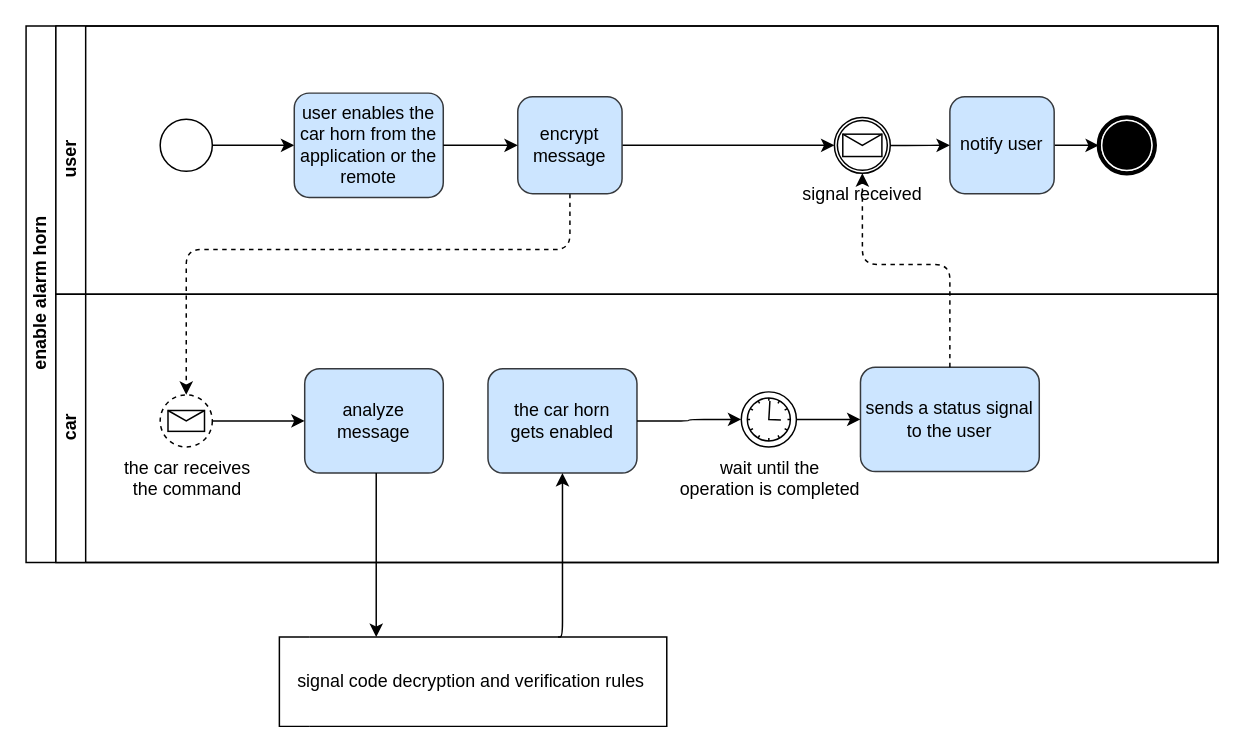
This is page "bpmn-enable-alarm-horn" (3 of 7) of documents/diagrams.drawio from cardianco/cardian, a draw.io file, before an edit. Source tidied: cells renumbered, new cells numbered last; positions are measured from the earlier drawing's top-left corner, leaving out a move shared by most shapes. Both pictures are drawn from the tidied source at 149%, with x=0, y=0 at pixel (25, 25).
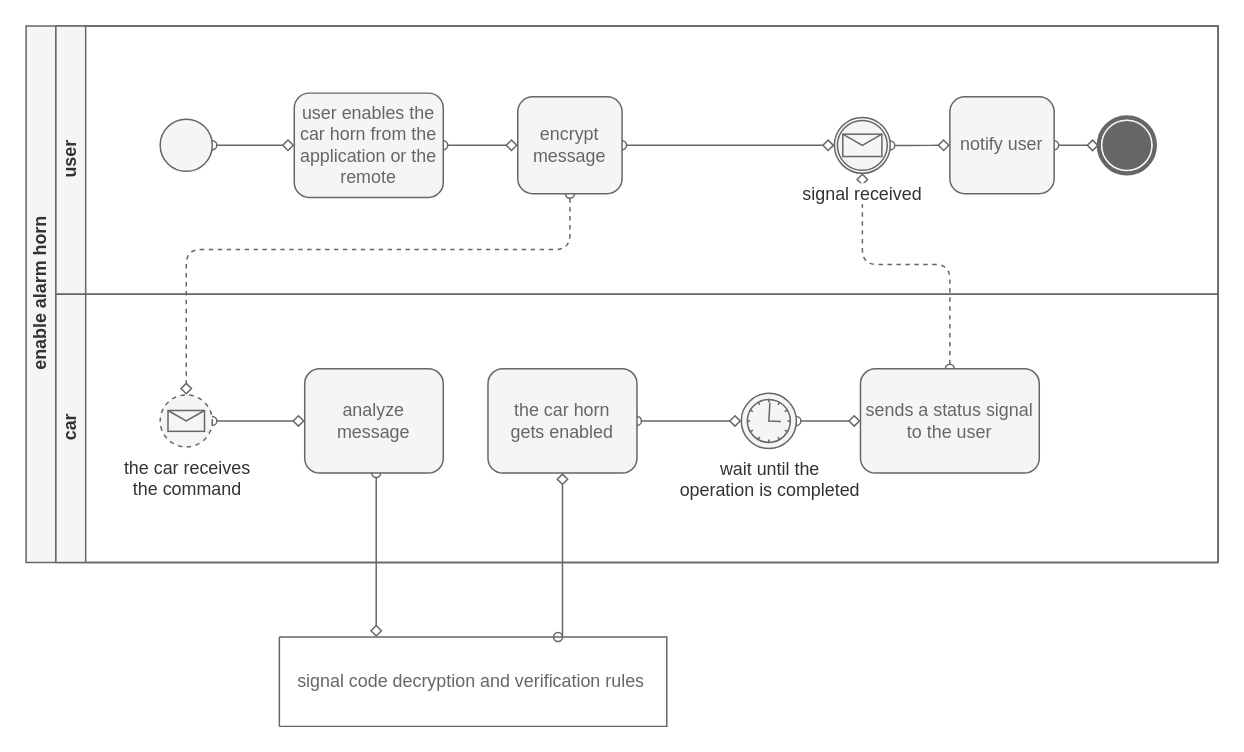
The same diagram, later.

What changed in the source:
```diff
@@
+    <mxCell id="13" style="edgeStyle=orthogonalEdgeStyle;rounded=1;jettySize=auto;html=1;exitX=1;exitY=0.5;exitDx=0;exitDy=0;exitPerimeter=0;fontSize=11;fillColor=#f5f5f5;strokeColor=#666;fontColor=default;endArrow=diamond;endFill=0;startArrow=oval;startFill=0;" parent="1" edge="1" source="24" target="15">
+      <mxGeometry relative="1" as="geometry" />
+    </mxCell>
+    <mxCell id="14" style="edgeStyle=orthogonalEdgeStyle;rounded=1;jettySize=auto;html=1;dashed=1;entryX=0.5;entryY=0;entryDx=0;entryDy=0;entryPerimeter=0;exitX=0.5;exitY=1;exitDx=0;exitDy=0;exitPerimeter=0;fontSize=11;fillColor=#f5f5f5;strokeColor=#666;fontColor=default;endArrow=diamond;endFill=0;startArrow=oval;startFill=0;" parent="1" edge="1" source="17" target="5">
+      <mxGeometry relative="1" as="geometry">
+        <Array as="points">
+          <mxPoint x="365" y="150" />
+          <mxPoint x="108" y="150" />
+        </Array>
+      </mxGeometry>
+    </mxCell>
+    <mxCell id="16" style="edgeStyle=orthogonalEdgeStyle;rounded=1;jettySize=auto;html=1;entryX=0;entryY=0.5;entryDx=0;entryDy=0;entryPerimeter=0;fontSize=11;fillColor=#f5f5f5;strokeColor=#666;fontColor=default;endArrow=diamond;endFill=0;startArrow=oval;startFill=0;" parent="1" edge="1" source="17" target="19">
+      <mxGeometry relative="1" as="geometry" />
+    </mxCell>
+    <mxCell id="18" style="edgeStyle=orthogonalEdgeStyle;rounded=1;jettySize=auto;html=1;entryX=0;entryY=0.5;entryDx=0;entryDy=0;entryPerimeter=0;fontSize=11;fillColor=#f5f5f5;strokeColor=#666;fontColor=default;endArrow=diamond;endFill=0;startArrow=oval;startFill=0;" parent="1" edge="1" source="15" target="17">
+      <mxGeometry relative="1" as="geometry" />
+    </mxCell>
+    <mxCell id="20" style="edgeStyle=orthogonalEdgeStyle;rounded=1;jettySize=auto;html=1;fontSize=11;fillColor=#f5f5f5;strokeColor=#666;fontColor=default;endArrow=diamond;endFill=0;startArrow=oval;startFill=0;" parent="1" edge="1" source="21" target="23">
+      <mxGeometry relative="1" as="geometry" />
+    </mxCell>
+    <mxCell id="22" style="edgeStyle=orthogonalEdgeStyle;rounded=1;jettySize=auto;html=1;entryX=0;entryY=0.5;entryDx=0;entryDy=0;entryPerimeter=0;fontSize=11;fillColor=#f5f5f5;strokeColor=#666;fontColor=default;endArrow=diamond;endFill=0;startArrow=oval;startFill=0;" parent="1" edge="1" source="19" target="21">
+      <mxGeometry relative="1" as="geometry" />
+    </mxCell>
+    <mxCell id="25" style="edgeStyle=orthogonalEdgeStyle;rounded=1;jettySize=auto;html=1;entryX=0.5;entryY=1;entryDx=0;entryDy=0;entryPerimeter=0;fontSize=11;fillColor=#f5f5f5;strokeColor=#666;fontColor=default;endArrow=diamond;endFill=0;startArrow=oval;startFill=0;" parent="1" edge="1" target="6">
+      <mxGeometry relative="1" as="geometry">
+        <mxPoint x="357" y="410" as="sourcePoint" />
+        <Array as="points">
+          <mxPoint x="360" y="410" />
+        </Array>
+      </mxGeometry>
+    </mxCell>
+    <mxCell id="28" style="edgeStyle=orthogonalEdgeStyle;rounded=1;jettySize=auto;html=1;entryX=0.25;entryY=0;entryDx=0;entryDy=0;fontSize=11;fillColor=#f5f5f5;strokeColor=#666;fontColor=default;endArrow=diamond;endFill=0;startArrow=oval;startFill=0;" parent="1" edge="1" source="7" target="26">
+      <mxGeometry relative="1" as="geometry">
+        <Array as="points">
+          <mxPoint x="235" y="330" />
+          <mxPoint x="235" y="330" />
+        </Array>
+      </mxGeometry>
+    </mxCell>
+    <mxCell id="29" style="edgeStyle=orthogonalEdgeStyle;rounded=1;jettySize=auto;html=1;exitX=0.5;exitY=0;exitDx=0;exitDy=0;exitPerimeter=0;entryX=0.5;entryY=1;entryDx=0;entryDy=0;entryPerimeter=0;dashed=1;fontSize=11;fillColor=#f5f5f5;strokeColor=#666;fontColor=default;endArrow=diamond;endFill=0;startArrow=oval;startFill=0;" parent="1" edge="1" source="10" target="19">
+      <mxGeometry relative="1" as="geometry">
+        <Array as="points">
+          <mxPoint x="620" y="160" />
+          <mxPoint x="561" y="160" />
+        </Array>
+      </mxGeometry>
+    </mxCell>
-    <mxCell id="2" value="enable alarm horn" style="swimlane;html=1;horizontal=0;startSize=20;" parent="1" vertex="1">
+    <mxCell id="2" value="enable alarm horn" style="swimlane;html=1;horizontal=0;startSize=20;fillColor=#f5f5f5;fontColor=#333333;strokeColor=#666666;" parent="1" vertex="1">
       <mxGeometry width="800" height="360" as="geometry" />
     </mxCell>
-    <mxCell id="3" value="user" style="swimlane;html=1;startSize=20;horizontal=0;" parent="2" vertex="1">
+    <mxCell id="3" value="user" style="swimlane;html=1;startSize=20;horizontal=0;fillColor=#f5f5f5;fontColor=#333333;strokeColor=#666666;" parent="2" vertex="1">
       <mxGeometry x="20" width="780" height="180" as="geometry" />
     </mxCell>
-    <mxCell id="4" value="car" style="swimlane;html=1;startSize=20;horizontal=0;" parent="2" vertex="1">
+    <mxCell id="4" value="car" style="swimlane;html=1;startSize=20;horizontal=0;fillColor=#f5f5f5;fontColor=#333333;strokeColor=#666666;" parent="2" vertex="1">
       <mxGeometry x="20" y="180" width="780" height="180" as="geometry" />
     </mxCell>
+    <mxCell id="8" style="edgeStyle=orthogonalEdgeStyle;rounded=1;jettySize=auto;html=1;entryX=0;entryY=0.5;entryDx=0;entryDy=0;entryPerimeter=0;exitX=1;exitY=0.5;exitDx=0;exitDy=0;exitPerimeter=0;fontSize=11;fillColor=#f5f5f5;strokeColor=#666;fontColor=default;endArrow=diamond;endFill=0;startArrow=oval;startFill=0;" parent="4" edge="1" source="5" target="7">
+      <mxGeometry relative="1" as="geometry" />
+    </mxCell>
+    <mxCell id="9" style="edgeStyle=orthogonalEdgeStyle;rounded=1;jettySize=auto;html=1;entryX=0;entryY=0.5;entryDx=0;entryDy=0;entryPerimeter=0;exitX=1;exitY=0.5;exitDx=0;exitDy=0;exitPerimeter=0;fontSize=11;fillColor=#f5f5f5;strokeColor=#666;fontColor=default;endArrow=diamond;endFill=0;startArrow=oval;startFill=0;" parent="4" edge="1" source="6" target="12">
+      <mxGeometry relative="1" as="geometry" />
+    </mxCell>
+    <mxCell id="11" style="edgeStyle=orthogonalEdgeStyle;rounded=1;jettySize=auto;html=1;entryX=0;entryY=0.5;entryDx=0;entryDy=0;entryPerimeter=0;fontSize=11;fillColor=#f5f5f5;strokeColor=#666;fontColor=default;endArrow=diamond;endFill=0;startArrow=oval;startFill=0;" parent="4" edge="1" source="12" target="10">
+      <mxGeometry relative="1" as="geometry" />
+    </mxCell>
-    <mxCell id="5" value="the car receives&lt;br&gt;the command" style="points=[[0.145,0.145,0],[0.5,0,0],[0.855,0.145,0],[1,0.5,0],[0.855,0.855,0],[0.5,1,0],[0.145,0.855,0],[0,0.5,0]];shape=mxgraph.bpmn.event;html=1;verticalLabelPosition=bottom;labelBackgroundColor=#ffffff;verticalAlign=top;align=center;perimeter=ellipsePerimeter;outlineConnect=0;outline=eventNonint;symbol=message;" parent="4" vertex="1">
+    <mxCell id="5" value="the car receives&lt;br&gt;the command" style="points=[[0.145,0.145,0],[0.5,0,0],[0.855,0.145,0],[1,0.5,0],[0.855,0.855,0],[0.5,1,0],[0.145,0.855,0],[0,0.5,0]];shape=mxgraph.bpmn.event;html=1;verticalLabelPosition=bottom;labelBackgroundColor=#ffffff;verticalAlign=top;align=center;perimeter=ellipsePerimeter;outlineConnect=0;outline=eventNonint;symbol=message;fillColor=#f5f5f5;fontColor=#333333;strokeColor=#666666;" parent="4" vertex="1">
       <mxGeometry x="70" y="67.5" width="35" height="35" as="geometry" />
     </mxCell>
-    <mxCell id="6" value="the car horn&#10;gets enabled" style="points=[[0.25,0,0],[0.5,0,0],[0.75,0,0],[1,0.25,0],[1,0.5,0],[1,0.75,0],[0.75,1,0],[0.5,1,0],[0.25,1,0],[0,0.75,0],[0,0.5,0],[0,0.25,0]];shape=mxgraph.bpmn.task;rectStyle=rounded;size=10;taskMarker=abstract;whiteSpace=wrap;fillColor=#cce5ff;strokeColor=#36393d;" parent="4" vertex="1">
+    <mxCell id="6" value="the car horn&#10;gets enabled" style="points=[[0.25,0,0],[0.5,0,0],[0.75,0,0],[1,0.25,0],[1,0.5,0],[1,0.75,0],[0.75,1,0],[0.5,1,0],[0.25,1,0],[0,0.75,0],[0,0.5,0],[0,0.25,0]];shape=mxgraph.bpmn.task;rectStyle=rounded;size=10;taskMarker=abstract;whiteSpace=wrap;fillColor=#f5f5f5;strokeColor=#666666;fontColor=#666;" parent="4" vertex="1">
       <mxGeometry x="290" y="50" width="100" height="70" as="geometry" />
     </mxCell>
-    <mxCell id="7" value="analyze message" style="points=[[0.25,0,0],[0.5,0,0],[0.75,0,0],[1,0.25,0],[1,0.5,0],[1,0.75,0],[0.75,1,0],[0.5,1,0],[0.25,1,0],[0,0.75,0],[0,0.5,0],[0,0.25,0]];shape=mxgraph.bpmn.task;rectStyle=rounded;size=10;taskMarker=abstract;whiteSpace=wrap;fillColor=#cce5ff;strokeColor=#36393d;" parent="4" vertex="1">
+    <mxCell id="7" value="analyze message" style="points=[[0.25,0,0],[0.5,0,0],[0.75,0,0],[1,0.25,0],[1,0.5,0],[1,0.75,0],[0.75,1,0],[0.5,1,0],[0.25,1,0],[0,0.75,0],[0,0.5,0],[0,0.25,0]];shape=mxgraph.bpmn.task;rectStyle=rounded;size=10;taskMarker=abstract;whiteSpace=wrap;fillColor=#f5f5f5;strokeColor=#666666;fontColor=#666;" parent="4" vertex="1">
       <mxGeometry x="167" y="50" width="93" height="70" as="geometry" />
     </mxCell>
-    <mxCell id="8" style="edgeStyle=orthogonalEdgeStyle;rounded=1;jettySize=auto;html=1;entryX=0;entryY=0.5;entryDx=0;entryDy=0;entryPerimeter=0;exitX=1;exitY=0.5;exitDx=0;exitDy=0;exitPerimeter=0;" parent="4" edge="1" source="5" target="7">
-      <mxGeometry relative="1" as="geometry" />
-    </mxCell>
-    <mxCell id="9" style="edgeStyle=orthogonalEdgeStyle;rounded=1;jettySize=auto;html=1;entryX=0;entryY=0.5;entryDx=0;entryDy=0;entryPerimeter=0;exitX=1;exitY=0.5;exitDx=0;exitDy=0;exitPerimeter=0;" parent="4" edge="1" source="6" target="12">
-      <mxGeometry relative="1" as="geometry" />
-    </mxCell>
-    <mxCell id="10" value="sends a status signal to the user" style="points=[[0.25,0,0],[0.5,0,0],[0.75,0,0],[1,0.25,0],[1,0.5,0],[1,0.75,0],[0.75,1,0],[0.5,1,0],[0.25,1,0],[0,0.75,0],[0,0.5,0],[0,0.25,0]];shape=mxgraph.bpmn.task;rectStyle=rounded;size=10;taskMarker=abstract;whiteSpace=wrap;fillColor=#cce5ff;strokeColor=#36393d;" parent="4" vertex="1">
-      <mxGeometry x="540" y="49" width="120" height="70" as="geometry" />
+    <mxCell id="10" value="sends a status signal to the user" style="points=[[0.25,0,0],[0.5,0,0],[0.75,0,0],[1,0.25,0],[1,0.5,0],[1,0.75,0],[0.75,1,0],[0.5,1,0],[0.25,1,0],[0,0.75,0],[0,0.5,0],[0,0.25,0]];shape=mxgraph.bpmn.task;rectStyle=rounded;size=10;taskMarker=abstract;whiteSpace=wrap;fillColor=#f5f5f5;strokeColor=#666666;fontColor=#666;" parent="4" vertex="1">
+      <mxGeometry x="540" y="50" width="120" height="70" as="geometry" />
     </mxCell>
-    <mxCell id="11" style="edgeStyle=orthogonalEdgeStyle;rounded=1;jettySize=auto;html=1;entryX=0;entryY=0.5;entryDx=0;entryDy=0;entryPerimeter=0;" parent="4" edge="1" source="12" target="10">
-      <mxGeometry relative="1" as="geometry" />
-    </mxCell>
-    <mxCell id="12" value="wait until the &lt;br&gt;operation is completed" style="points=[[0.145,0.145,0],[0.5,0,0],[0.855,0.145,0],[1,0.5,0],[0.855,0.855,0],[0.5,1,0],[0.145,0.855,0],[0,0.5,0]];shape=mxgraph.bpmn.event;html=1;verticalLabelPosition=bottom;labelBackgroundColor=#ffffff;verticalAlign=top;align=center;perimeter=ellipsePerimeter;outlineConnect=0;outline=standard;symbol=timer;" parent="4" vertex="1">
-      <mxGeometry x="460" y="65.5" width="37" height="37" as="geometry" />
+    <mxCell id="12" value="wait until the &lt;br&gt;operation is completed" style="points=[[0.145,0.145,0],[0.5,0,0],[0.855,0.145,0],[1,0.5,0],[0.855,0.855,0],[0.5,1,0],[0.145,0.855,0],[0,0.5,0]];shape=mxgraph.bpmn.event;html=1;verticalLabelPosition=bottom;labelBackgroundColor=#ffffff;verticalAlign=top;align=center;perimeter=ellipsePerimeter;outlineConnect=0;outline=standard;symbol=timer;fillColor=#f5f5f5;fontColor=#333333;strokeColor=#666666;" parent="4" vertex="1">
+      <mxGeometry x="460" y="66.5" width="37" height="37" as="geometry" />
     </mxCell>
-    <mxCell id="13" style="edgeStyle=orthogonalEdgeStyle;rounded=1;jettySize=auto;html=1;exitX=1;exitY=0.5;exitDx=0;exitDy=0;exitPerimeter=0;" parent="1" edge="1" source="24" target="15">
-      <mxGeometry relative="1" as="geometry" />
-    </mxCell>
-    <mxCell id="14" style="edgeStyle=orthogonalEdgeStyle;rounded=1;jettySize=auto;html=1;dashed=1;entryX=0.5;entryY=0;entryDx=0;entryDy=0;entryPerimeter=0;exitX=0.5;exitY=1;exitDx=0;exitDy=0;exitPerimeter=0;" parent="1" edge="1" source="17" target="5">
-      <mxGeometry relative="1" as="geometry">
-        <Array as="points">
-          <mxPoint x="365" y="150" />
-          <mxPoint x="108" y="150" />
-        </Array>
-      </mxGeometry>
-    </mxCell>
-    <mxCell id="15" value="user enables the car horn from the application or the remote" style="points=[[0.25,0,0],[0.5,0,0],[0.75,0,0],[1,0.25,0],[1,0.5,0],[1,0.75,0],[0.75,1,0],[0.5,1,0],[0.25,1,0],[0,0.75,0],[0,0.5,0],[0,0.25,0]];shape=mxgraph.bpmn.task;rectStyle=rounded;size=10;taskMarker=abstract;whiteSpace=wrap;fillColor=#cce5ff;strokeColor=#36393d;" parent="1" vertex="1">
+    <mxCell id="15" value="user enables the car horn from the application or the remote" style="points=[[0.25,0,0],[0.5,0,0],[0.75,0,0],[1,0.25,0],[1,0.5,0],[1,0.75,0],[0.75,1,0],[0.5,1,0],[0.25,1,0],[0,0.75,0],[0,0.5,0],[0,0.25,0]];shape=mxgraph.bpmn.task;rectStyle=rounded;size=10;taskMarker=abstract;whiteSpace=wrap;fillColor=#f5f5f5;strokeColor=#666666;fontColor=#666;" parent="1" vertex="1">
       <mxGeometry x="180" y="45" width="100" height="70" as="geometry" />
     </mxCell>
-    <mxCell id="16" style="edgeStyle=orthogonalEdgeStyle;rounded=1;jettySize=auto;html=1;entryX=0;entryY=0.5;entryDx=0;entryDy=0;entryPerimeter=0;" parent="1" edge="1" source="17" target="19">
-      <mxGeometry relative="1" as="geometry" />
-    </mxCell>
-    <mxCell id="17" value="encrypt message" style="points=[[0.25,0,0],[0.5,0,0],[0.75,0,0],[1,0.25,0],[1,0.5,0],[1,0.75,0],[0.75,1,0],[0.5,1,0],[0.25,1,0],[0,0.75,0],[0,0.5,0],[0,0.25,0]];shape=mxgraph.bpmn.task;rectStyle=rounded;size=10;taskMarker=abstract;whiteSpace=wrap;fillColor=#cce5ff;strokeColor=#36393d;" parent="1" vertex="1">
+    <mxCell id="17" value="encrypt message" style="points=[[0.25,0,0],[0.5,0,0],[0.75,0,0],[1,0.25,0],[1,0.5,0],[1,0.75,0],[0.75,1,0],[0.5,1,0],[0.25,1,0],[0,0.75,0],[0,0.5,0],[0,0.25,0]];shape=mxgraph.bpmn.task;rectStyle=rounded;size=10;taskMarker=abstract;whiteSpace=wrap;fillColor=#f5f5f5;strokeColor=#666666;fontColor=#666;" parent="1" vertex="1">
       <mxGeometry x="330" y="47.5" width="70" height="65" as="geometry" />
     </mxCell>
-    <mxCell id="18" style="edgeStyle=orthogonalEdgeStyle;rounded=1;jettySize=auto;html=1;entryX=0;entryY=0.5;entryDx=0;entryDy=0;entryPerimeter=0;" parent="1" edge="1" source="15" target="17">
-      <mxGeometry relative="1" as="geometry" />
-    </mxCell>
-    <mxCell id="19" value="signal received" style="points=[[0.145,0.145,0],[0.5,0,0],[0.855,0.145,0],[1,0.5,0],[0.855,0.855,0],[0.5,1,0],[0.145,0.855,0],[0,0.5,0]];shape=mxgraph.bpmn.event;html=1;verticalLabelPosition=bottom;labelBackgroundColor=#ffffff;verticalAlign=top;align=center;perimeter=ellipsePerimeter;outlineConnect=0;outline=catching;symbol=message;" parent="1" vertex="1">
+    <mxCell id="19" value="signal received" style="points=[[0.145,0.145,0],[0.5,0,0],[0.855,0.145,0],[1,0.5,0],[0.855,0.855,0],[0.5,1,0],[0.145,0.855,0],[0,0.5,0]];shape=mxgraph.bpmn.event;html=1;verticalLabelPosition=bottom;labelBackgroundColor=#ffffff;verticalAlign=top;align=center;perimeter=ellipsePerimeter;outlineConnect=0;outline=catching;symbol=message;fillColor=#f5f5f5;fontColor=#333333;strokeColor=#666666;" parent="1" vertex="1">
       <mxGeometry x="542.5" y="61.3" width="37.5" height="37.5" as="geometry" />
     </mxCell>
-    <mxCell id="20" style="edgeStyle=orthogonalEdgeStyle;rounded=1;jettySize=auto;html=1;" parent="1" edge="1" source="21" target="23">
-      <mxGeometry relative="1" as="geometry" />
-    </mxCell>
-    <mxCell id="21" value="notify user" style="points=[[0.25,0,0],[0.5,0,0],[0.75,0,0],[1,0.25,0],[1,0.5,0],[1,0.75,0],[0.75,1,0],[0.5,1,0],[0.25,1,0],[0,0.75,0],[0,0.5,0],[0,0.25,0]];shape=mxgraph.bpmn.task;rectStyle=rounded;size=10;taskMarker=abstract;whiteSpace=wrap;fillColor=#cce5ff;strokeColor=#36393d;" parent="1" vertex="1">
+    <mxCell id="21" value="notify user" style="points=[[0.25,0,0],[0.5,0,0],[0.75,0,0],[1,0.25,0],[1,0.5,0],[1,0.75,0],[0.75,1,0],[0.5,1,0],[0.25,1,0],[0,0.75,0],[0,0.5,0],[0,0.25,0]];shape=mxgraph.bpmn.task;rectStyle=rounded;size=10;taskMarker=abstract;whiteSpace=wrap;fillColor=#f5f5f5;strokeColor=#666666;fontColor=#666;" parent="1" vertex="1">
       <mxGeometry x="620" y="47.5" width="70" height="65" as="geometry" />
     </mxCell>
-    <mxCell id="22" style="edgeStyle=orthogonalEdgeStyle;rounded=1;jettySize=auto;html=1;entryX=0;entryY=0.5;entryDx=0;entryDy=0;entryPerimeter=0;" parent="1" edge="1" source="19" target="21">
-      <mxGeometry relative="1" as="geometry" />
-    </mxCell>
-    <mxCell id="23" style="points=[[0.145,0.145,0],[0.5,0,0],[0.855,0.145,0],[1,0.5,0],[0.855,0.855,0],[0.5,1,0],[0.145,0.855,0],[0,0.5,0]];shape=mxgraph.bpmn.event;html=1;verticalLabelPosition=bottom;labelBackgroundColor=#ffffff;verticalAlign=top;align=center;perimeter=ellipsePerimeter;outlineConnect=0;outline=end;symbol=terminate;" parent="1" vertex="1">
+    <mxCell id="23" style="points=[[0.145,0.145,0],[0.5,0,0],[0.855,0.145,0],[1,0.5,0],[0.855,0.855,0],[0.5,1,0],[0.145,0.855,0],[0,0.5,0]];shape=mxgraph.bpmn.event;html=1;verticalLabelPosition=bottom;labelBackgroundColor=#ffffff;verticalAlign=top;align=center;perimeter=ellipsePerimeter;outlineConnect=0;outline=end;symbol=terminate;fillColor=#f5f5f5;fontColor=#333333;strokeColor=#666666;" parent="1" vertex="1">
       <mxGeometry x="720" y="61.3" width="37.5" height="37.5" as="geometry" />
     </mxCell>
-    <mxCell id="24" style="points=[[0.145,0.145,0],[0.5,0,0],[0.855,0.145,0],[1,0.5,0],[0.855,0.855,0],[0.5,1,0],[0.145,0.855,0],[0,0.5,0]];shape=mxgraph.bpmn.event;html=1;verticalLabelPosition=bottom;labelBackgroundColor=#ffffff;verticalAlign=top;align=center;perimeter=ellipsePerimeter;outlineConnect=0;outline=standard;symbol=general;" parent="1" vertex="1">
+    <mxCell id="24" style="points=[[0.145,0.145,0],[0.5,0,0],[0.855,0.145,0],[1,0.5,0],[0.855,0.855,0],[0.5,1,0],[0.145,0.855,0],[0,0.5,0]];shape=mxgraph.bpmn.event;html=1;verticalLabelPosition=bottom;labelBackgroundColor=#ffffff;verticalAlign=top;align=center;perimeter=ellipsePerimeter;outlineConnect=0;outline=standard;symbol=general;fillColor=#f5f5f5;fontColor=#333333;strokeColor=#666666;" parent="1" vertex="1">
       <mxGeometry x="90" y="62.5" width="35" height="35" as="geometry" />
     </mxCell>
-    <mxCell id="25" style="edgeStyle=orthogonalEdgeStyle;rounded=1;jettySize=auto;html=1;entryX=0.5;entryY=1;entryDx=0;entryDy=0;entryPerimeter=0;" parent="1" edge="1" target="6">
-      <mxGeometry relative="1" as="geometry">
-        <mxPoint x="357" y="410" as="sourcePoint" />
-        <Array as="points">
-          <mxPoint x="360" y="410" />
-        </Array>
-      </mxGeometry>
-    </mxCell>
-    <mxCell id="26" style="swimlane;html=1;startSize=20;fontStyle=0;horizontal=0;swimlaneLine=0;fillColor=none;" parent="1" vertex="1">
+    <mxCell id="26" style="swimlane;html=1;startSize=0;fontStyle=0;horizontal=0;swimlaneLine=0;fillColor=#f5f5f5;strokeColor=#666666;fontColor=#666;" parent="1" vertex="1">
       <mxGeometry x="170" y="410" width="260" height="60" as="geometry" />
     </mxCell>
-    <mxCell id="27" value="signal code decryption and verification rules&amp;nbsp;" style="text;html=1;align=center;verticalAlign=middle;strokeColor=none;" parent="26" vertex="1">
+    <mxCell id="27" value="signal code decryption and verification rules&amp;nbsp;" style="text;html=1;align=center;verticalAlign=middle;strokeColor=none;fontColor=#666;" parent="26" vertex="1">
       <mxGeometry x="5" y="20" width="250" height="20" as="geometry" />
     </mxCell>
-    <mxCell id="28" style="edgeStyle=orthogonalEdgeStyle;rounded=1;jettySize=auto;html=1;entryX=0.25;entryY=0;entryDx=0;entryDy=0;" parent="1" edge="1" source="7" target="26">
-      <mxGeometry relative="1" as="geometry">
-        <Array as="points">
-          <mxPoint x="235" y="330" />
-          <mxPoint x="235" y="330" />
-        </Array>
-      </mxGeometry>
-    </mxCell>
-    <mxCell id="29" style="edgeStyle=orthogonalEdgeStyle;rounded=1;jettySize=auto;html=1;exitX=0.5;exitY=0;exitDx=0;exitDy=0;exitPerimeter=0;entryX=0.5;entryY=1;entryDx=0;entryDy=0;entryPerimeter=0;dashed=1;" parent="1" edge="1" source="10" target="19">
-      <mxGeometry relative="1" as="geometry">
-        <Array as="points">
-          <mxPoint x="620" y="160" />
-          <mxPoint x="561" y="160" />
-        </Array>
-      </mxGeometry>
-    </mxCell>
```
